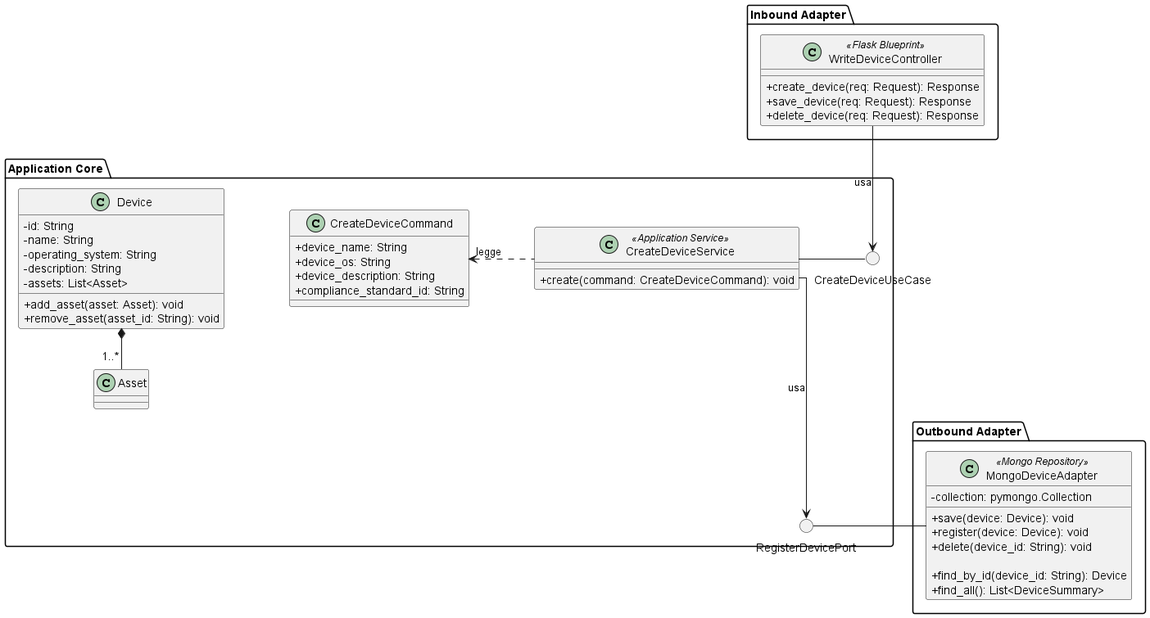
The PlantUML diagram src/PB/DocumentazioneEsterna/Specifica_Tecnica/content/uml/png/CreateDevice/CreateDevice.png in GroupRubberDuck/Documentazione, before a commit. Source of this version:
```plantuml
@startuml CreateDevice
skinparam linetype ortho
skinparam nodesep 80
skinparam ranksep 50
skinparam classAttributeIconSize 0

package "Inbound Adapter"{
    !include InboundAdapters/WriteDeviceController.puml
}

package "Application Core" {

    class CreateDeviceCommand {
        + device_name: String
        + device_os: String
        + device_description: String
        + compliance_standard_id: String
    }

    () "CreateDeviceUseCase" as CreateDeviceUseCase
    !include ApplicationServices/CreateDeviceService.puml
    !include Domain/Device.puml
    () "RegisterDevicePort" as RegisterDevicePort

    CreateDeviceService .left.> CreateDeviceCommand: legge
}

package "Outbound Adapter" {
    !include OutboundAdapters/MongoDeviceAdapter.puml
}


CreateDeviceService - CreateDeviceUseCase


CreateDeviceService ---> RegisterDevicePort : usa

WriteDeviceController --> CreateDeviceUseCase : usa
MongoDeviceAdapter - RegisterDevicePort

@enduml
```
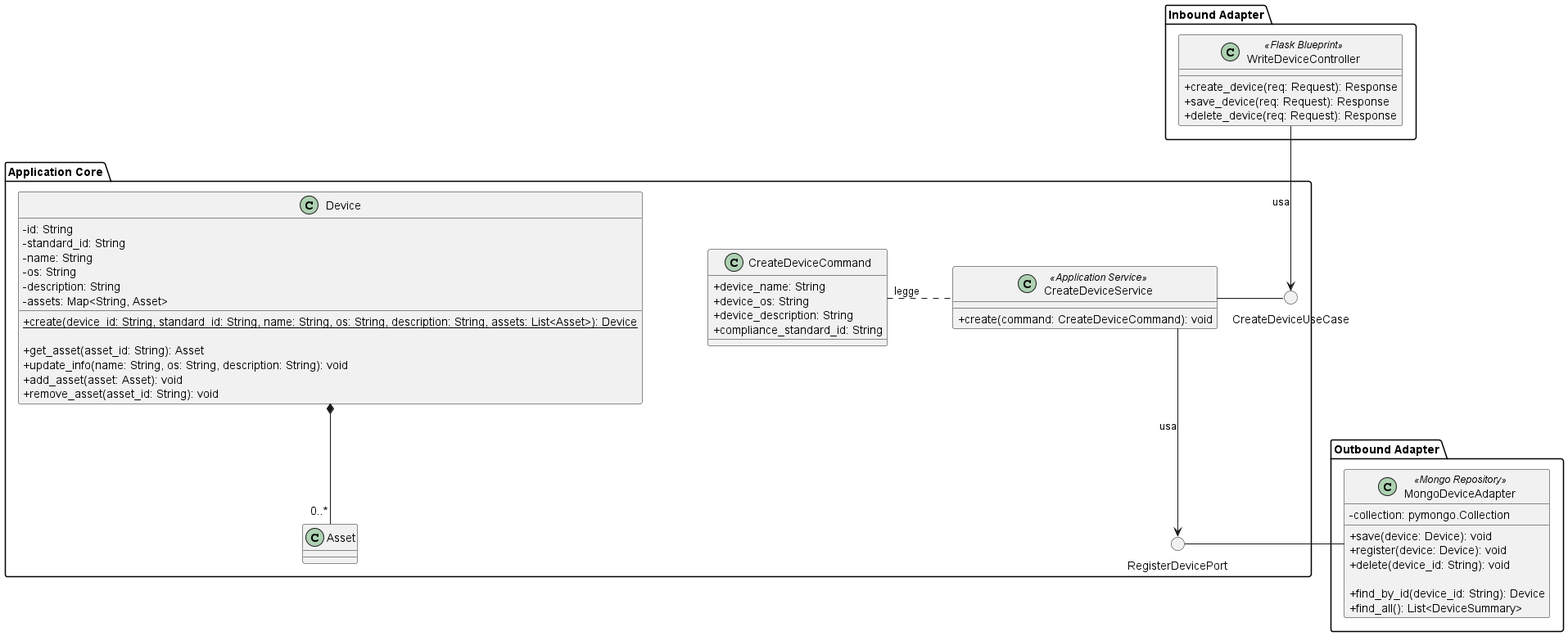
After the change.

The edit, as a diff of the source:
```diff
@@ -1,7 +1,7 @@
 @startuml CreateDevice
 skinparam linetype ortho
 skinparam nodesep 80
-skinparam ranksep 50
+skinparam ranksep 80
 skinparam classAttributeIconSize 0
 
 package "Inbound Adapter"{
@@ -9,6 +9,7 @@
 }
 
 package "Application Core" {
+    () "CreateDeviceUseCase"
 
     class CreateDeviceCommand {
         + device_name: String
@@ -17,25 +18,22 @@
         + compliance_standard_id: String
     }
 
-    () "CreateDeviceUseCase" as CreateDeviceUseCase
     !include ApplicationServices/CreateDeviceService.puml
     !include Domain/Device.puml
-    () "RegisterDevicePort" as RegisterDevicePort
-
-    CreateDeviceService .left.> CreateDeviceCommand: legge
+    () "RegisterDevicePort"
 }
 
 package "Outbound Adapter" {
     !include OutboundAdapters/MongoDeviceAdapter.puml
 }
 
-
 CreateDeviceService - CreateDeviceUseCase
 
+CreateDeviceCommand . CreateDeviceService: legge
 
-CreateDeviceService ---> RegisterDevicePort : usa
+CreateDeviceService --> RegisterDevicePort: usa
 
-WriteDeviceController --> CreateDeviceUseCase : usa
+WriteDeviceController --> CreateDeviceUseCase: usa
 MongoDeviceAdapter - RegisterDevicePort
 
 @enduml
```
